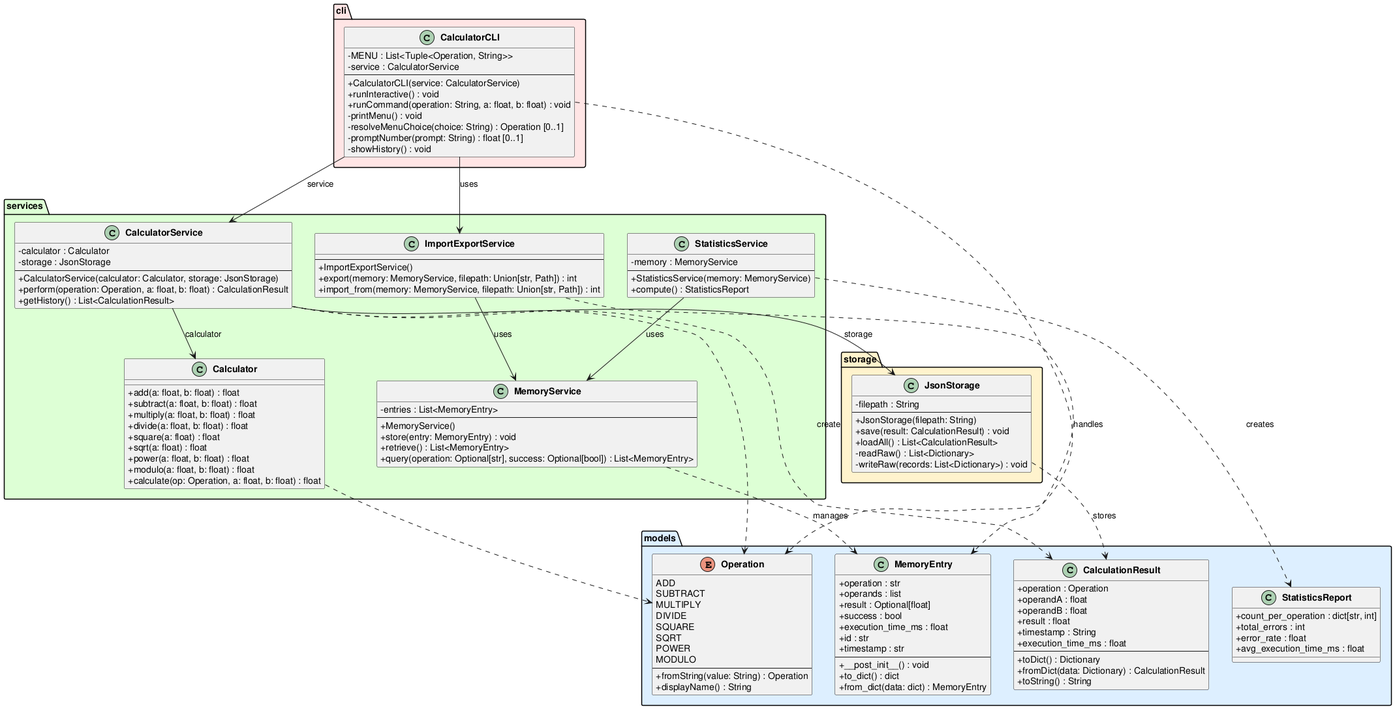
The PlantUML diagram experiments/supervisor_as_tools/test_driven/calculator/artifacts/class_diagram.png in DanielRiha8906/Software_autoevolution_using_agents, before a commit.
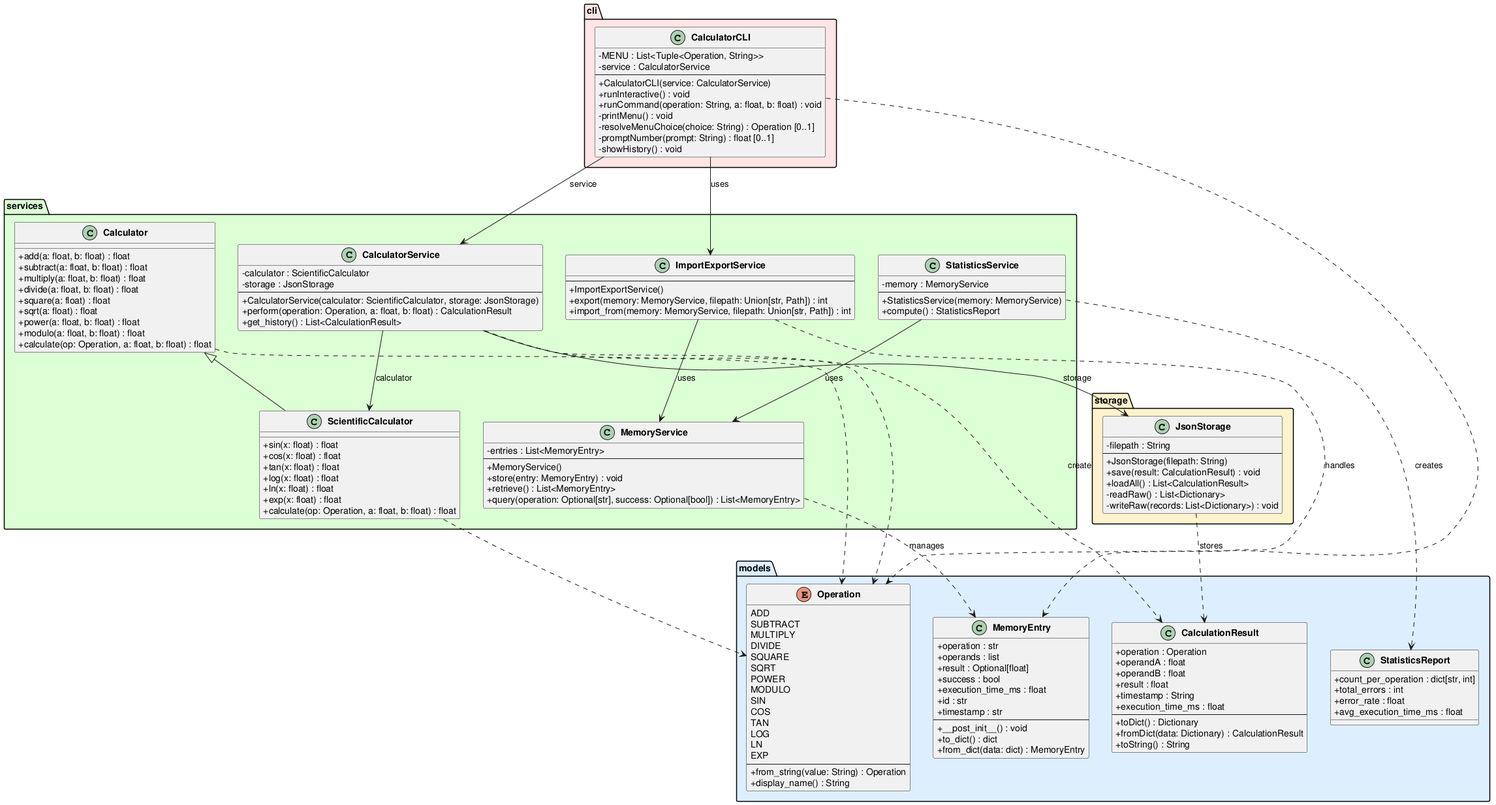
After the commit.

Change to the diagram source:
```diff
@@ -13,9 +13,15 @@
         SQRT
         POWER
         MODULO
+        SIN
+        COS
+        TAN
+        LOG
+        LN
+        EXP
         --
-        +fromString(value: String) : Operation
-        +displayName() : String
+        +from_string(value: String) : Operation
+        +display_name() : String
     }
 
     class CalculationResult {
@@ -66,13 +72,23 @@
         +calculate(op: Operation, a: float, b: float) : float
     }
 
+    class ScientificCalculator extends Calculator {
+        +sin(x: float) : float
+        +cos(x: float) : float
+        +tan(x: float) : float
+        +log(x: float) : float
+        +ln(x: float) : float
+        +exp(x: float) : float
+        +calculate(op: Operation, a: float, b: float) : float
+    }
+
     class CalculatorService {
-        -calculator : Calculator
+        -calculator : ScientificCalculator
         -storage : JsonStorage
         --
-        +CalculatorService(calculator: Calculator, storage: JsonStorage)
+        +CalculatorService(calculator: ScientificCalculator, storage: JsonStorage)
         +perform(operation: Operation, a: float, b: float) : CalculationResult
-        +getHistory() : List<CalculationResult>
+        +get_history() : List<CalculationResult>
     }
 
     class MemoryService {
@@ -128,7 +144,7 @@
 
 CalculatorCLI --> CalculatorService : service
 CalculatorCLI --> ImportExportService : uses
-CalculatorService --> Calculator : calculator
+CalculatorService --> ScientificCalculator : calculator
 CalculatorService --> JsonStorage : storage
 StatisticsService --> MemoryService : uses
 ImportExportService --> MemoryService : uses
@@ -136,6 +152,7 @@
 CalculatorService ..> CalculationResult : create
 CalculatorService ..> Operation
 CalculatorCLI ..> Operation
+ScientificCalculator ..> Operation
 Calculator ..> Operation
 JsonStorage ..> CalculationResult : stores
 MemoryService ..> MemoryEntry : manages
```
